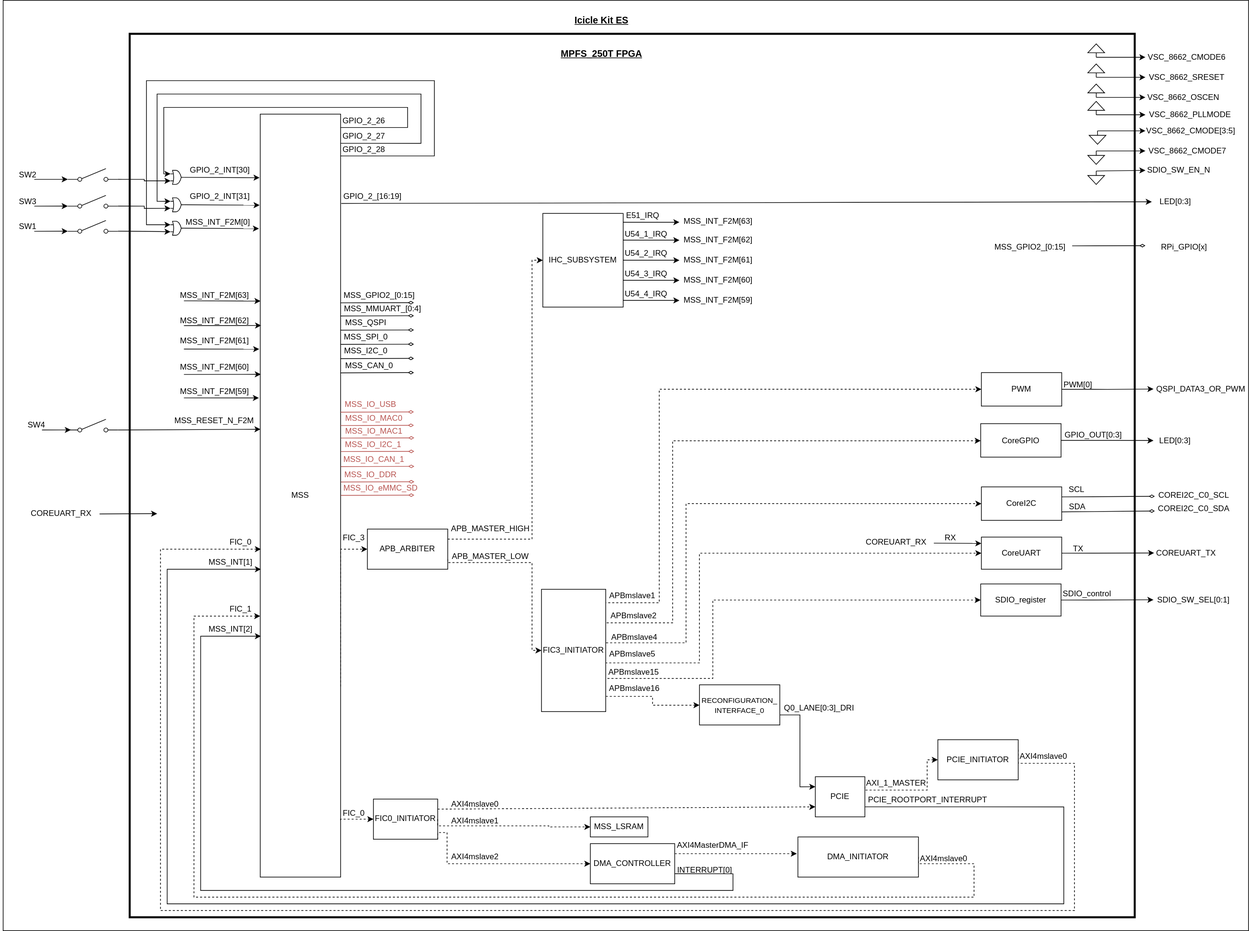
Earlier version of the draw.io export block_diagram.svg (polarfire-soc/icicle-kit-reference-design). Source tidied: cells renumbered, new cells last; positions are measured from the earlier drawing's top-left corner, leaving out a move shared by most shapes.
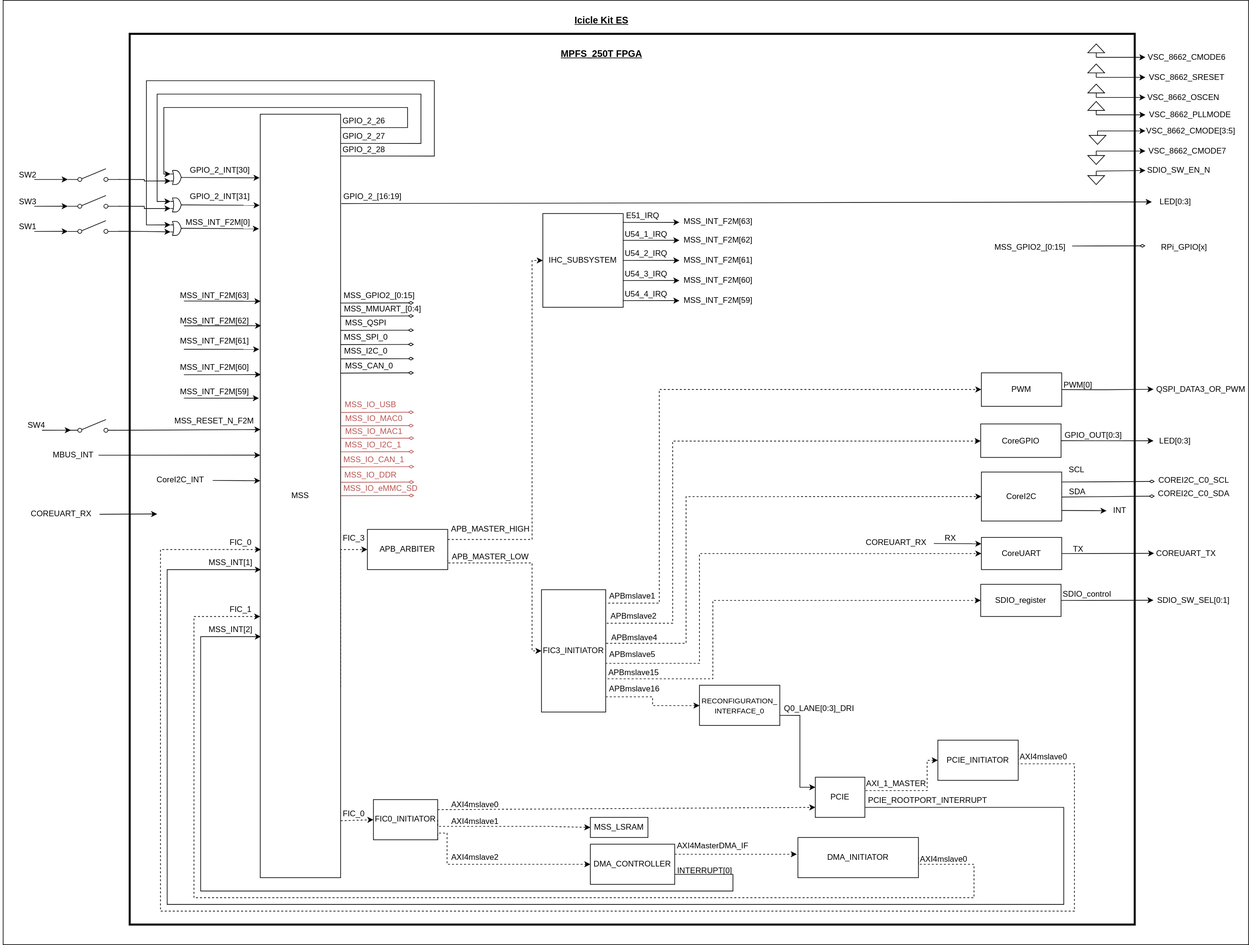
After the change.

Commit message:
Updated interrupt table and block diagram

The edit, as a diff of the source:
```diff
@@ -3,10 +3,10 @@
     <mxCell id="0" />
     <mxCell id="1" parent="0" />
     <mxCell id="2" style="rounded=0;whiteSpace=wrap;html=1;" parent="1" vertex="1">
-      <mxGeometry x="4" width="1860" height="1390" as="geometry" />
+      <mxGeometry x="4" width="1860" height="1410" as="geometry" />
     </mxCell>
     <mxCell id="3" style="rounded=0;whiteSpace=wrap;html=1;strokeWidth=3;" parent="1" vertex="1">
-      <mxGeometry x="193" y="50" width="1501" height="1320" as="geometry" />
+      <mxGeometry x="193" y="50" width="1501" height="1330" as="geometry" />
     </mxCell>
     <mxCell id="4" style="edgeStyle=orthogonalEdgeStyle;rounded=0;jettySize=auto;html=1;entryX=0;entryY=0.25;entryDx=0;entryDy=0;entryPerimeter=0;" parent="1" edge="1" source="8" target="57">
       <mxGeometry relative="1" as="geometry">
@@ -439,7 +439,7 @@
         <Array as="points">
           <mxPoint x="904" y="960" />
           <mxPoint x="1024" y="960" />
-          <mxPoint x="1024" y="752" />
+          <mxPoint x="1024" y="741" />
         </Array>
       </mxGeometry>
     </mxCell>
@@ -775,9 +775,6 @@
     <mxCell id="174" value="IHC_SUBSYSTEM" style="rounded=0;whiteSpace=wrap;html=1;" parent="1" vertex="1">
       <mxGeometry x="810" y="318.4" width="120" height="140" as="geometry" />
     </mxCell>
-    <mxCell id="175" value="CoreI2C" style="rounded=0;whiteSpace=wrap;html=1;" parent="1" vertex="1">
-      <mxGeometry x="1465" y="727" width="120" height="50" as="geometry" />
-    </mxCell>
     <mxCell id="176" value="SDIO_SW_SEL[0:1]" style="text;html=1;strokeColor=none;fillColor=none;align=center;verticalAlign=middle;whiteSpace=wrap;rounded=0;" parent="1" vertex="1">
       <mxGeometry x="1725" y="886" width="114" height="20" as="geometry" />
     </mxCell>
@@ -789,20 +786,20 @@
     </mxCell>
     <mxCell id="179" style="edgeStyle=none;rounded=0;orthogonalLoop=1;jettySize=auto;html=1;exitX=0.008;exitY=0.952;exitDx=0;exitDy=0;exitPerimeter=0;endArrow=diamondThin;endFill=0;fillColor=#f8cecc;" parent="1" edge="1">
       <mxGeometry relative="1" as="geometry">
-        <mxPoint x="1585" y="741.9" as="sourcePoint" />
-        <mxPoint x="1724" y="741" as="targetPoint" />
+        <mxPoint x="1585" y="719.2" as="sourcePoint" />
+        <mxPoint x="1724" y="718.3" as="targetPoint" />
       </mxGeometry>
     </mxCell>
     <mxCell id="180" value="SDA" style="text;html=1;strokeColor=none;fillColor=none;align=center;verticalAlign=middle;whiteSpace=wrap;rounded=0;" parent="1" vertex="1">
-      <mxGeometry x="1585" y="747" width="47" height="20" as="geometry" />
+      <mxGeometry x="1585" y="724.3" width="47" height="20" as="geometry" />
     </mxCell>
     <mxCell id="181" value="SCL" style="text;html=1;strokeColor=none;fillColor=none;align=center;verticalAlign=middle;whiteSpace=wrap;rounded=0;" parent="1" vertex="1">
-      <mxGeometry x="1584" y="721.4" width="47" height="20" as="geometry" />
+      <mxGeometry x="1584" y="691.3" width="47" height="20" as="geometry" />
     </mxCell>
     <mxCell id="182" style="edgeStyle=none;rounded=0;orthogonalLoop=1;jettySize=auto;html=1;exitX=0.008;exitY=0.952;exitDx=0;exitDy=0;exitPerimeter=0;endArrow=diamondThin;endFill=0;fillColor=#f8cecc;" parent="1" edge="1">
       <mxGeometry relative="1" as="geometry">
-        <mxPoint x="1585" y="764.3" as="sourcePoint" />
-        <mxPoint x="1724" y="763" as="targetPoint" />
+        <mxPoint x="1585" y="741.6" as="sourcePoint" />
+        <mxPoint x="1724" y="740.3" as="targetPoint" />
       </mxGeometry>
     </mxCell>
     <mxCell id="183" style="edgeStyle=none;rounded=0;jettySize=auto;html=1;exitX=1;exitY=0.5;exitDx=0;exitDy=0;" parent="1" edge="1" source="184">
@@ -847,10 +844,10 @@
       <mxGeometry x="1281" y="800" width="114" height="20" as="geometry" />
     </mxCell>
     <mxCell id="194" value="COREI2C_C0_SCL" style="text;html=1;strokeColor=none;fillColor=none;align=center;verticalAlign=middle;whiteSpace=wrap;rounded=0;" parent="1" vertex="1">
-      <mxGeometry x="1731" y="730" width="103" height="20" as="geometry" />
+      <mxGeometry x="1731" y="707.3" width="103" height="20" as="geometry" />
     </mxCell>
     <mxCell id="195" value="COREI2C_C0_SDA" style="text;html=1;strokeColor=none;fillColor=none;align=center;verticalAlign=middle;whiteSpace=wrap;rounded=0;" parent="1" vertex="1">
-      <mxGeometry x="1730.5" y="750" width="103" height="20" as="geometry" />
+      <mxGeometry x="1730.5" y="727.3" width="103" height="20" as="geometry" />
     </mxCell>
     <mxCell id="196" style="edgeStyle=none;rounded=0;orthogonalLoop=1;jettySize=auto;html=1;exitX=0.008;exitY=0.952;exitDx=0;exitDy=0;exitPerimeter=0;endArrow=diamondThin;endFill=0;fillColor=#f8cecc;" parent="1" edge="1">
       <mxGeometry relative="1" as="geometry">
@@ -873,5 +870,35 @@
     <mxCell id="200" value="RPi_GPIO[x]" style="text;html=1;strokeColor=none;fillColor=none;align=center;verticalAlign=middle;whiteSpace=wrap;rounded=0;" parent="1" vertex="1">
       <mxGeometry x="1710" y="358.4" width="116" height="21.2" as="geometry" />
     </mxCell>
+    <mxCell id="201" style="edgeStyle=none;rounded=0;orthogonalLoop=1;jettySize=auto;html=1;exitX=1;exitY=0.5;exitDx=0;exitDy=0;entryX=0.013;entryY=0.48;entryDx=0;entryDy=0;entryPerimeter=0;" parent="1" edge="1">
+      <mxGeometry relative="1" as="geometry">
+        <mxPoint x="146.4" y="679.2" as="sourcePoint" />
+        <mxPoint x="388" y="679.1" as="targetPoint" />
+      </mxGeometry>
+    </mxCell>
+    <mxCell id="202" value="MBUS_INT" style="text;html=1;strokeColor=none;fillColor=none;align=center;verticalAlign=middle;whiteSpace=wrap;rounded=0;" parent="1" vertex="1">
+      <mxGeometry x="72.4" y="668.9" width="74" height="20" as="geometry" />
+    </mxCell>
+    <mxCell id="203" style="edgeStyle=none;rounded=0;orthogonalLoop=1;jettySize=auto;html=1;" parent="1" edge="1">
+      <mxGeometry relative="1" as="geometry">
+        <mxPoint x="1581" y="761.7" as="sourcePoint" />
+        <mxPoint x="1652" y="762.1" as="targetPoint" />
+      </mxGeometry>
+    </mxCell>
+    <mxCell id="175" value="CoreI2C" style="rounded=0;whiteSpace=wrap;html=1;" parent="1" vertex="1">
+      <mxGeometry x="1465" y="704.3" width="120" height="73.1" as="geometry" />
+    </mxCell>
+    <mxCell id="204" value="INT" style="text;html=1;strokeColor=none;fillColor=none;align=center;verticalAlign=middle;whiteSpace=wrap;rounded=0;" parent="1" vertex="1">
+      <mxGeometry x="1652" y="757" width="40" height="10" as="geometry" />
+    </mxCell>
+    <mxCell id="205" style="edgeStyle=none;rounded=0;orthogonalLoop=1;jettySize=auto;html=1;" parent="1" edge="1">
+      <mxGeometry relative="1" as="geometry">
+        <mxPoint x="317" y="716.9" as="sourcePoint" />
+        <mxPoint x="388" y="717.3" as="targetPoint" />
+      </mxGeometry>
+    </mxCell>
+    <mxCell id="206" value="CoreI2C_INT" style="text;html=1;strokeColor=none;fillColor=none;align=center;verticalAlign=middle;whiteSpace=wrap;rounded=0;" parent="1" vertex="1">
+      <mxGeometry x="229" y="704.3" width="80" height="23.1" as="geometry" />
+    </mxCell>
   </root>
 </mxGraphModel>
```
